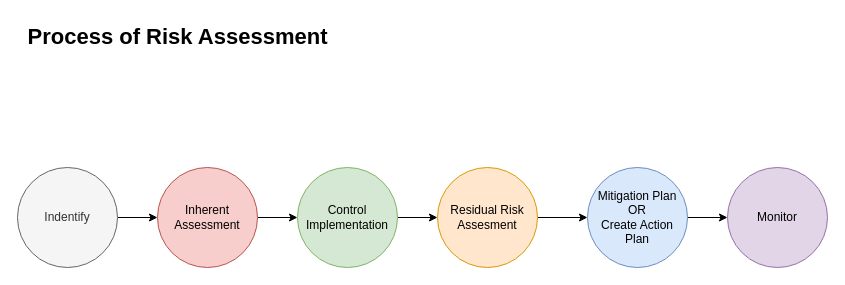
Before: page "Risk Assessment Process" (1 of 3) of screens.drawio in iRM-Somnath/GRC, a draw.io diagram. Source tidied: cells renumbered, new cells numbered last; positions are measured from the earlier drawing's top-left corner, leaving out a move shared by most shapes. Both pictures are drawn from the tidied source at 100%, with x=0, y=0 at pixel (17, 17).
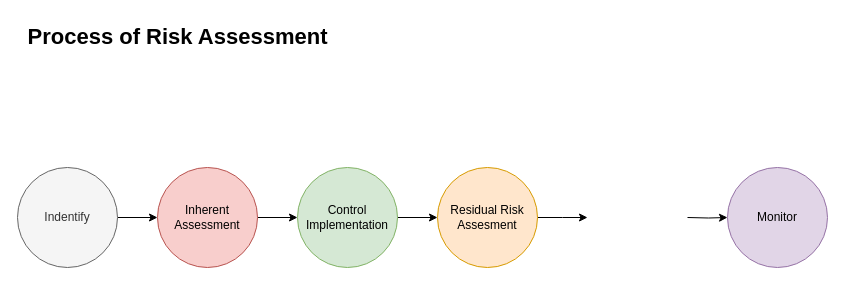
Above is the later version.

Change to the diagram source:
```diff
@@
 <mxGraphModel>
   <root>
     <mxCell id="0" />
     <mxCell id="1" parent="0" />
     <mxCell id="2" style="edgeStyle=orthogonalEdgeStyle;rounded=0;jettySize=auto;html=1;" parent="1" edge="1" source="3" target="5">
       <mxGeometry relative="1" as="geometry" />
     </mxCell>
     <mxCell id="3" value="Indentify" style="ellipse;whiteSpace=wrap;html=1;fillColor=#f5f5f5;fontColor=#333333;strokeColor=#666666;" parent="1" vertex="1">
       <mxGeometry y="150" width="100" height="100" as="geometry" />
     </mxCell>
     <mxCell id="4" style="edgeStyle=orthogonalEdgeStyle;rounded=0;jettySize=auto;html=1;" parent="1" edge="1" source="5" target="7">
       <mxGeometry relative="1" as="geometry" />
     </mxCell>
     <mxCell id="5" value="Inherent Assessment" style="ellipse;whiteSpace=wrap;html=1;fillColor=#f8cecc;strokeColor=#b85450;" parent="1" vertex="1">
       <mxGeometry x="140" y="150" width="100" height="100" as="geometry" />
     </mxCell>
     <mxCell id="6" style="edgeStyle=orthogonalEdgeStyle;rounded=0;jettySize=auto;html=1;" parent="1" edge="1" source="7" target="9">
       <mxGeometry relative="1" as="geometry" />
     </mxCell>
     <mxCell id="7" value="Control Implementation" style="ellipse;whiteSpace=wrap;html=1;fillColor=#d5e8d4;strokeColor=#82b366;" parent="1" vertex="1">
       <mxGeometry x="280" y="150" width="100" height="100" as="geometry" />
     </mxCell>
-    <mxCell id="8" style="edgeStyle=orthogonalEdgeStyle;rounded=0;jettySize=auto;html=1;" parent="1" edge="1" source="9" target="11">
-      <mxGeometry relative="1" as="geometry" />
+    <mxCell id="8" style="edgeStyle=orthogonalEdgeStyle;rounded=0;jettySize=auto;html=1;" parent="1" edge="1" source="9">
+      <mxGeometry relative="1" as="geometry">
+        <mxPoint x="570" y="200" as="targetPoint" />
+      </mxGeometry>
     </mxCell>
     <mxCell id="9" value="Residual Risk&lt;br&gt;Assesment" style="ellipse;whiteSpace=wrap;html=1;fillColor=#ffe6cc;strokeColor=#d79b00;" parent="1" vertex="1">
       <mxGeometry x="420" y="150" width="100" height="100" as="geometry" />
     </mxCell>
-    <mxCell id="10" style="edgeStyle=orthogonalEdgeStyle;rounded=0;jettySize=auto;html=1;" parent="1" edge="1" source="11" target="12">
-      <mxGeometry relative="1" as="geometry" />
+    <mxCell id="10" style="edgeStyle=orthogonalEdgeStyle;rounded=0;jettySize=auto;html=1;" parent="1" edge="1" target="12">
+      <mxGeometry relative="1" as="geometry">
+        <mxPoint x="670" y="200" as="sourcePoint" />
+      </mxGeometry>
     </mxCell>
-    <mxCell id="11" value="Mitigation Plan&lt;br&gt;OR&lt;br&gt;Create Action Plan" style="ellipse;whiteSpace=wrap;html=1;fillColor=#dae8fc;strokeColor=#6c8ebf;" parent="1" vertex="1">
-      <mxGeometry x="570" y="150" width="100" height="100" as="geometry" />
-    </mxCell>
     <mxCell id="12" value="Monitor" style="ellipse;whiteSpace=wrap;html=1;fillColor=#e1d5e7;strokeColor=#9673a6;" parent="1" vertex="1">
       <mxGeometry x="710" y="150" width="100" height="100" as="geometry" />
     </mxCell>
     <mxCell id="13" value="&lt;font style=&quot;font-size: 22px;&quot;&gt;&lt;b&gt;Process of Risk Assessment&lt;/b&gt;&lt;/font&gt;" style="text;html=1;align=center;verticalAlign=middle;strokeColor=none;fillColor=none;" parent="1" vertex="1">
       <mxGeometry width="320" height="40" as="geometry" />
     </mxCell>
   </root>
 </mxGraphModel>
```
